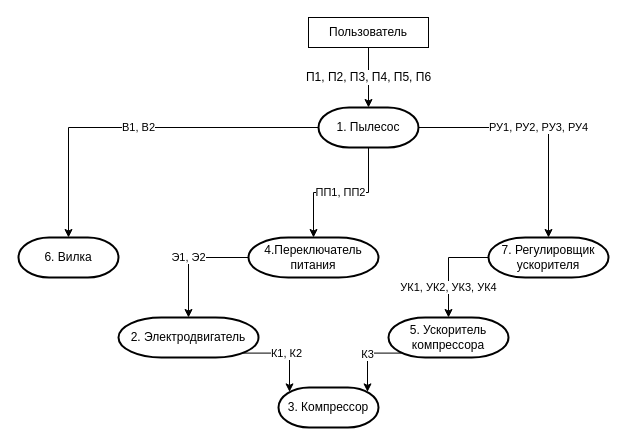
Before: page "МВО" (3 of 5) of OOP/Lab_05/vacuum_cleaner.drawio in Yokud/4_sem_SE, a draw.io diagram. Source tidied: cells renumbered, new cells numbered last; positions are measured from the earlier drawing's top-left corner, leaving out a move shared by most shapes. Both pictures are drawn from the tidied source at 100%, with x=0, y=0 at pixel (18, 17).
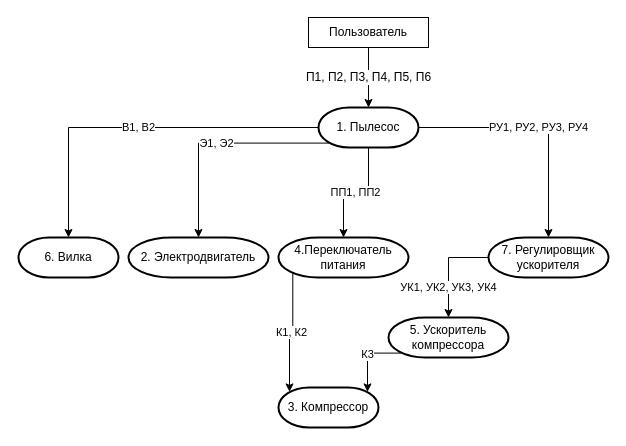
The same diagram, later.

The edit, as a diff of the source:
```diff
@@
 <mxGraphModel>
   <root>
     <mxCell id="0" />
     <mxCell id="1" parent="0" />
     <mxCell id="2" value="&lt;font style=&quot;font-size: 12px&quot;&gt;П1, П2, П3, П4, П5, П6&lt;/font&gt;" style="edgeStyle=orthogonalEdgeStyle;rounded=0;jettySize=auto;html=1;exitX=0.5;exitY=1;exitDx=0;exitDy=0;entryX=0.5;entryY=0;entryDx=0;entryDy=0;entryPerimeter=0;" parent="1" edge="1" source="3" target="7">
       <mxGeometry relative="1" as="geometry" />
     </mxCell>
     <mxCell id="3" value="Пользователь" style="rounded=0;whiteSpace=wrap;html=1;" parent="1" vertex="1">
       <mxGeometry x="290" width="120" height="30" as="geometry" />
     </mxCell>
     <mxCell id="4" value="В1, В2" style="edgeStyle=orthogonalEdgeStyle;rounded=0;jettySize=auto;html=1;exitX=0;exitY=0.5;exitDx=0;exitDy=0;exitPerimeter=0;entryX=0.5;entryY=0;entryDx=0;entryDy=0;entryPerimeter=0;" parent="1" edge="1" source="7" target="8">
       <mxGeometry relative="1" as="geometry" />
     </mxCell>
     <mxCell id="5" value="ПП1, ПП2" style="edgeStyle=orthogonalEdgeStyle;rounded=0;jettySize=auto;html=1;exitX=0.5;exitY=1;exitDx=0;exitDy=0;exitPerimeter=0;entryX=0.5;entryY=0;entryDx=0;entryDy=0;entryPerimeter=0;" parent="1" edge="1" source="7" target="17">
       <mxGeometry relative="1" as="geometry" />
     </mxCell>
     <mxCell id="6" value="РУ1, РУ2, РУ3, РУ4" style="edgeStyle=orthogonalEdgeStyle;rounded=0;jettySize=auto;html=1;exitX=1;exitY=0.5;exitDx=0;exitDy=0;exitPerimeter=0;entryX=0.5;entryY=0;entryDx=0;entryDy=0;entryPerimeter=0;" parent="1" edge="1" source="7" target="13">
       <mxGeometry relative="1" as="geometry" />
     </mxCell>
     <mxCell id="7" value="1. Пылесос" style="strokeWidth=2;html=1;shape=mxgraph.flowchart.terminator;whiteSpace=wrap;" parent="1" vertex="1">
       <mxGeometry x="300" y="90" width="100" height="40" as="geometry" />
     </mxCell>
     <mxCell id="8" value="6. Вилка" style="strokeWidth=2;html=1;shape=mxgraph.flowchart.terminator;whiteSpace=wrap;" parent="1" vertex="1">
       <mxGeometry y="220" width="100" height="40" as="geometry" />
     </mxCell>
-    <mxCell id="9" value="К1, К2" style="edgeStyle=orthogonalEdgeStyle;rounded=0;jettySize=auto;html=1;exitX=0.89;exitY=0.89;exitDx=0;exitDy=0;exitPerimeter=0;entryX=0.11;entryY=0.11;entryDx=0;entryDy=0;entryPerimeter=0;" parent="1" edge="1" source="10" target="11">
+    <mxCell id="9" value="К1, К2" style="edgeStyle=orthogonalEdgeStyle;rounded=0;jettySize=auto;html=1;exitX=0.11;exitY=0.89;exitDx=0;exitDy=0;exitPerimeter=0;entryX=0.11;entryY=0.11;entryDx=0;entryDy=0;entryPerimeter=0;" parent="1" edge="1" source="17" target="11">
       <mxGeometry relative="1" as="geometry" />
     </mxCell>
     <mxCell id="10" value="2. Электродвигатель" style="strokeWidth=2;html=1;shape=mxgraph.flowchart.terminator;whiteSpace=wrap;" parent="1" vertex="1">
-      <mxGeometry x="100" y="300" width="140" height="40" as="geometry" />
+      <mxGeometry x="110" y="220" width="140" height="40" as="geometry" />
     </mxCell>
     <mxCell id="11" value="3. Компрессор" style="strokeWidth=2;html=1;shape=mxgraph.flowchart.terminator;whiteSpace=wrap;" parent="1" vertex="1">
       <mxGeometry x="260" y="370" width="100" height="40" as="geometry" />
     </mxCell>
     <mxCell id="12" value="УК1, УК2, УК3, УК4" style="edgeStyle=orthogonalEdgeStyle;rounded=0;jettySize=auto;html=1;exitX=0;exitY=0.5;exitDx=0;exitDy=0;exitPerimeter=0;entryX=0.5;entryY=0;entryDx=0;entryDy=0;entryPerimeter=0;" parent="1" edge="1" source="13" target="15">
       <mxGeometry x="0.4" relative="1" as="geometry" />
     </mxCell>
     <mxCell id="13" value="7. Регулировщик ускорителя" style="strokeWidth=2;html=1;shape=mxgraph.flowchart.terminator;whiteSpace=wrap;" parent="1" vertex="1">
       <mxGeometry x="470" y="220" width="120" height="40" as="geometry" />
     </mxCell>
     <mxCell id="14" value="К3" style="edgeStyle=orthogonalEdgeStyle;rounded=0;jettySize=auto;html=1;exitX=0.11;exitY=0.89;exitDx=0;exitDy=0;exitPerimeter=0;entryX=0.89;entryY=0.11;entryDx=0;entryDy=0;entryPerimeter=0;" parent="1" edge="1" source="15" target="11">
       <mxGeometry relative="1" as="geometry" />
     </mxCell>
     <mxCell id="15" value="5. Ускоритель компрессора" style="strokeWidth=2;html=1;shape=mxgraph.flowchart.terminator;whiteSpace=wrap;" parent="1" vertex="1">
       <mxGeometry x="370" y="300" width="120" height="40" as="geometry" />
     </mxCell>
-    <mxCell id="16" value="Э1, Э2" style="edgeStyle=orthogonalEdgeStyle;rounded=0;jettySize=auto;html=1;exitX=0;exitY=0.5;exitDx=0;exitDy=0;exitPerimeter=0;entryX=0.5;entryY=0;entryDx=0;entryDy=0;entryPerimeter=0;" parent="1" edge="1" source="17" target="10">
+    <mxCell id="16" value="Э1, Э2" style="edgeStyle=orthogonalEdgeStyle;rounded=0;jettySize=auto;html=1;exitX=0.11;exitY=0.89;exitDx=0;exitDy=0;exitPerimeter=0;entryX=0.5;entryY=0;entryDx=0;entryDy=0;entryPerimeter=0;" parent="1" edge="1" source="7" target="10">
       <mxGeometry relative="1" as="geometry" />
     </mxCell>
     <mxCell id="17" value="4.Переключатель питания" style="strokeWidth=2;html=1;shape=mxgraph.flowchart.terminator;whiteSpace=wrap;" parent="1" vertex="1">
-      <mxGeometry x="230" y="220" width="130" height="40" as="geometry" />
+      <mxGeometry x="260" y="220" width="130" height="40" as="geometry" />
     </mxCell>
   </root>
 </mxGraphModel>
```
